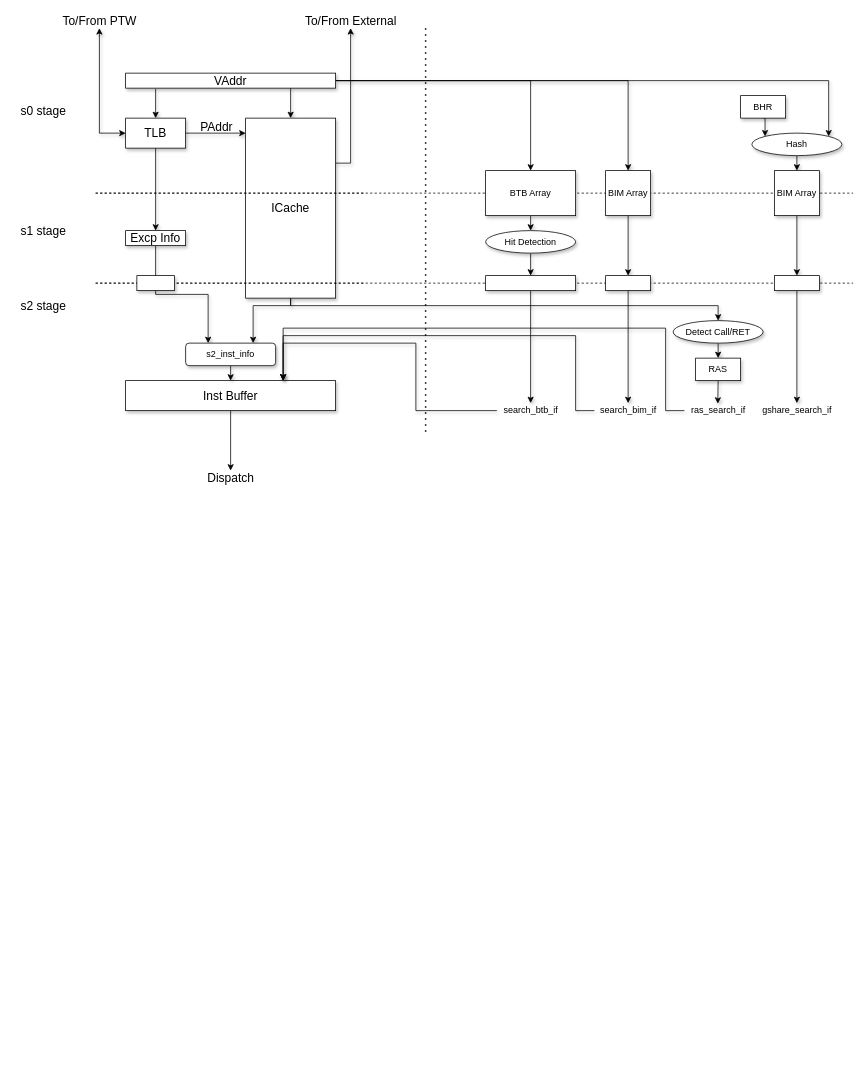
Above: page "Frontend" (3 of 7) of docs/source/msrh.drawio in msyksphinz-self/scariv_zero (draw.io), before the change. Source tidied: cells renumbered, new cells numbered last; positions are measured from the earlier drawing's top-left corner, leaving out a move shared by most shapes. Both pictures are drawn from the tidied source at 75%, with x=0, y=0 at pixel (13, 13).
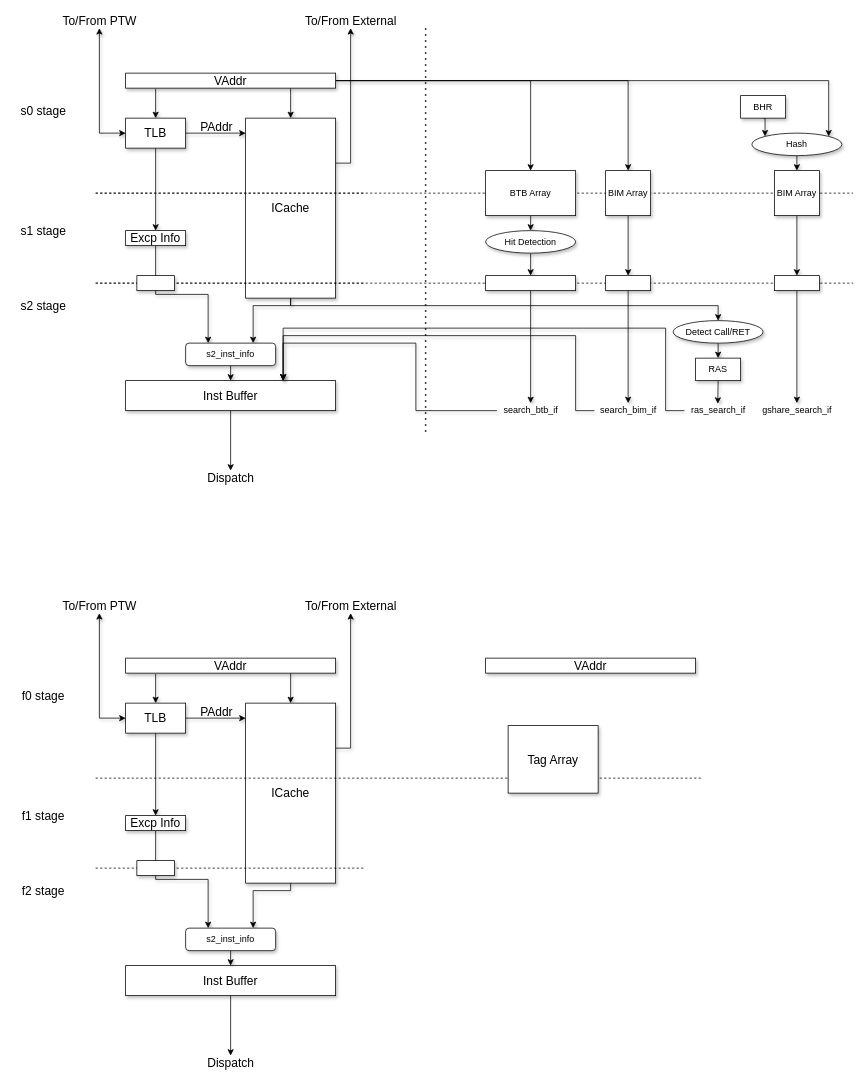
After the change.

Diff of the diagram source:
```diff
@@
+    <mxCell id="64" style="edgeStyle=none;rounded=0;jettySize=auto;html=1;entryX=0.5;entryY=0;entryDx=0;entryDy=0;fontSize=16;shadow=1;" parent="1" edge="1" target="74">
+      <mxGeometry relative="1" as="geometry">
+        <mxPoint x="370" y="880" as="sourcePoint" />
+      </mxGeometry>
+    </mxCell>
+    <mxCell id="65" style="edgeStyle=none;rounded=0;jettySize=auto;html=1;entryX=0.5;entryY=0;entryDx=0;entryDy=0;fontSize=16;shadow=1;" parent="1" edge="1" target="71">
+      <mxGeometry relative="1" as="geometry">
+        <mxPoint x="190" y="881" as="sourcePoint" />
+      </mxGeometry>
+    </mxCell>
+    <mxCell id="66" value="VAddr" style="rounded=0;whiteSpace=wrap;html=1;fontSize=16;shadow=1;" parent="1" vertex="1">
+      <mxGeometry x="150" y="860" width="280" height="20" as="geometry" />
+    </mxCell>
+    <mxCell id="67" style="edgeStyle=none;rounded=0;jettySize=auto;html=1;exitX=1;exitY=0.5;exitDx=0;exitDy=0;fontSize=16;shadow=1;" parent="1" edge="1" source="71">
+      <mxGeometry relative="1" as="geometry">
+        <mxPoint x="310" y="940" as="targetPoint" />
+      </mxGeometry>
+    </mxCell>
+    <mxCell id="68" value="PAddr" style="edgeLabel;html=1;align=center;verticalAlign=middle;fontSize=16;labelBackgroundColor=none;shadow=1;" parent="67" vertex="1">
+      <mxGeometry x="0.29" y="2" relative="1" as="geometry">
+        <mxPoint x="-11.6" y="-8" as="offset" />
+      </mxGeometry>
+    </mxCell>
+    <mxCell id="69" style="edgeStyle=none;rounded=0;jettySize=auto;html=1;exitX=0.5;exitY=1;exitDx=0;exitDy=0;entryX=0.5;entryY=0;entryDx=0;entryDy=0;fontSize=16;shadow=1;" parent="1" edge="1" source="71" target="78">
+      <mxGeometry relative="1" as="geometry" />
+    </mxCell>
+    <mxCell id="70" style="edgeStyle=orthogonalEdgeStyle;rounded=0;jettySize=auto;html=1;exitX=0;exitY=0.5;exitDx=0;exitDy=0;fontSize=16;startArrow=classic;startFill=1;shadow=1;" parent="1" edge="1" source="71" target="84">
+      <mxGeometry relative="1" as="geometry" />
+    </mxCell>
+    <mxCell id="71" value="TLB" style="rounded=0;whiteSpace=wrap;html=1;fontSize=16;shadow=1;" parent="1" vertex="1">
+      <mxGeometry x="150" y="920" width="80" height="40" as="geometry" />
+    </mxCell>
+    <mxCell id="72" style="rounded=0;jettySize=auto;html=1;exitX=0.5;exitY=1;exitDx=0;exitDy=0;fontSize=16;shadow=1;entryX=0.75;entryY=0;entryDx=0;entryDy=0;edgeStyle=orthogonalEdgeStyle;" parent="1" edge="1" source="74" target="88">
+      <mxGeometry relative="1" as="geometry">
+        <Array as="points">
+          <mxPoint x="370" y="1170" />
+          <mxPoint x="320" y="1170" />
+        </Array>
+      </mxGeometry>
+    </mxCell>
+    <mxCell id="73" style="edgeStyle=orthogonalEdgeStyle;rounded=0;jettySize=auto;html=1;exitX=1;exitY=0.25;exitDx=0;exitDy=0;fontSize=16;shadow=1;" parent="1" edge="1" source="74" target="85">
+      <mxGeometry relative="1" as="geometry" />
+    </mxCell>
+    <mxCell id="74" value="ICache" style="rounded=0;whiteSpace=wrap;html=1;fontSize=16;shadow=1;" parent="1" vertex="1">
+      <mxGeometry x="310" y="920" width="120" height="240" as="geometry" />
+    </mxCell>
+    <mxCell id="75" style="edgeStyle=orthogonalEdgeStyle;rounded=0;jettySize=auto;html=1;exitX=0.5;exitY=1;exitDx=0;exitDy=0;startArrow=none;startFill=0;fontSize=16;" parent="1" edge="1" source="76" target="86">
+      <mxGeometry relative="1" as="geometry" />
+    </mxCell>
+    <mxCell id="76" value="Inst Buffer" style="rounded=0;whiteSpace=wrap;html=1;fontSize=16;shadow=1;" parent="1" vertex="1">
+      <mxGeometry x="150" y="1270" width="280" height="40" as="geometry" />
+    </mxCell>
+    <mxCell id="77" style="edgeStyle=orthogonalEdgeStyle;rounded=0;jettySize=auto;html=1;exitX=0.5;exitY=1;exitDx=0;exitDy=0;fontSize=16;shadow=1;entryX=0.25;entryY=0;entryDx=0;entryDy=0;" parent="1" edge="1" source="78" target="88">
+      <mxGeometry relative="1" as="geometry" />
+    </mxCell>
+    <mxCell id="78" value="Excp Info" style="rounded=0;whiteSpace=wrap;html=1;fontSize=16;shadow=1;" parent="1" vertex="1">
+      <mxGeometry x="150" y="1070" width="80" height="20" as="geometry" />
+    </mxCell>
+    <mxCell id="79" style="endArrow=none;dashed=1;html=1;fontSize=16;" parent="1" edge="1">
+      <mxGeometry relative="1" as="geometry">
+        <mxPoint x="110" y="1020" as="sourcePoint" />
+        <mxPoint x="920" y="1020" as="targetPoint" />
+      </mxGeometry>
+    </mxCell>
+    <mxCell id="80" style="endArrow=none;dashed=1;html=1;fontSize=16;" parent="1" edge="1">
+      <mxGeometry relative="1" as="geometry">
+        <mxPoint x="110" y="1140" as="sourcePoint" />
+        <mxPoint x="470" y="1140" as="targetPoint" />
+      </mxGeometry>
+    </mxCell>
+    <mxCell id="81" value="f0 stage" style="text;html=1;align=center;verticalAlign=middle;fontSize=16;" parent="1" vertex="1">
+      <mxGeometry x="5" y="900" width="70" height="20" as="geometry" />
+    </mxCell>
+    <mxCell id="82" value="f1 stage" style="text;html=1;align=center;verticalAlign=middle;fontSize=16;" parent="1" vertex="1">
+      <mxGeometry x="5" y="1060" width="70" height="20" as="geometry" />
+    </mxCell>
+    <mxCell id="83" value="f2 stage" style="text;html=1;align=center;verticalAlign=middle;fontSize=16;" parent="1" vertex="1">
+      <mxGeometry x="5" y="1160" width="70" height="20" as="geometry" />
+    </mxCell>
+    <mxCell id="84" value="To/From PTW" style="text;html=1;align=center;verticalAlign=middle;points=[];fontSize=16;" parent="1" vertex="1">
+      <mxGeometry x="60" y="780" width="110" height="20" as="geometry" />
+    </mxCell>
+    <mxCell id="85" value="To/From External" style="text;html=1;align=center;verticalAlign=middle;points=[];fontSize=16;" parent="1" vertex="1">
+      <mxGeometry x="380" y="780" width="140" height="20" as="geometry" />
+    </mxCell>
+    <mxCell id="86" value="Dispatch" style="text;html=1;align=center;verticalAlign=middle;points=[];fontSize=16;" parent="1" vertex="1">
+      <mxGeometry x="250" y="1390" width="80" height="20" as="geometry" />
+    </mxCell>
+    <mxCell id="87" style="edgeStyle=orthogonalEdgeStyle;rounded=0;jettySize=auto;html=1;exitX=0.5;exitY=1;exitDx=0;exitDy=0;entryX=0.5;entryY=0;entryDx=0;entryDy=0;shadow=1;" parent="1" edge="1" source="88" target="76">
+      <mxGeometry relative="1" as="geometry" />
+    </mxCell>
+    <mxCell id="88" value="s2_inst_info" style="rounded=1;whiteSpace=wrap;html=1;shadow=1;" parent="1" vertex="1">
+      <mxGeometry x="230" y="1220" width="120" height="30" as="geometry" />
+    </mxCell>
+    <mxCell id="89" style="rounded=0;whiteSpace=wrap;html=1;shadow=1;" parent="1" vertex="1">
+      <mxGeometry x="165" y="1130" width="50" height="20" as="geometry" />
+    </mxCell>
+    <mxCell id="90" value="VAddr" style="rounded=0;whiteSpace=wrap;html=1;fontSize=16;shadow=1;" parent="1" vertex="1">
+      <mxGeometry x="630" y="860" width="280" height="20" as="geometry" />
+    </mxCell>
+    <mxCell id="91" value="Tag Array" style="rounded=0;whiteSpace=wrap;html=1;fontSize=16;shadow=1;" parent="1" vertex="1">
+      <mxGeometry x="660" y="950" width="120" height="90" as="geometry" />
+    </mxCell>
```
